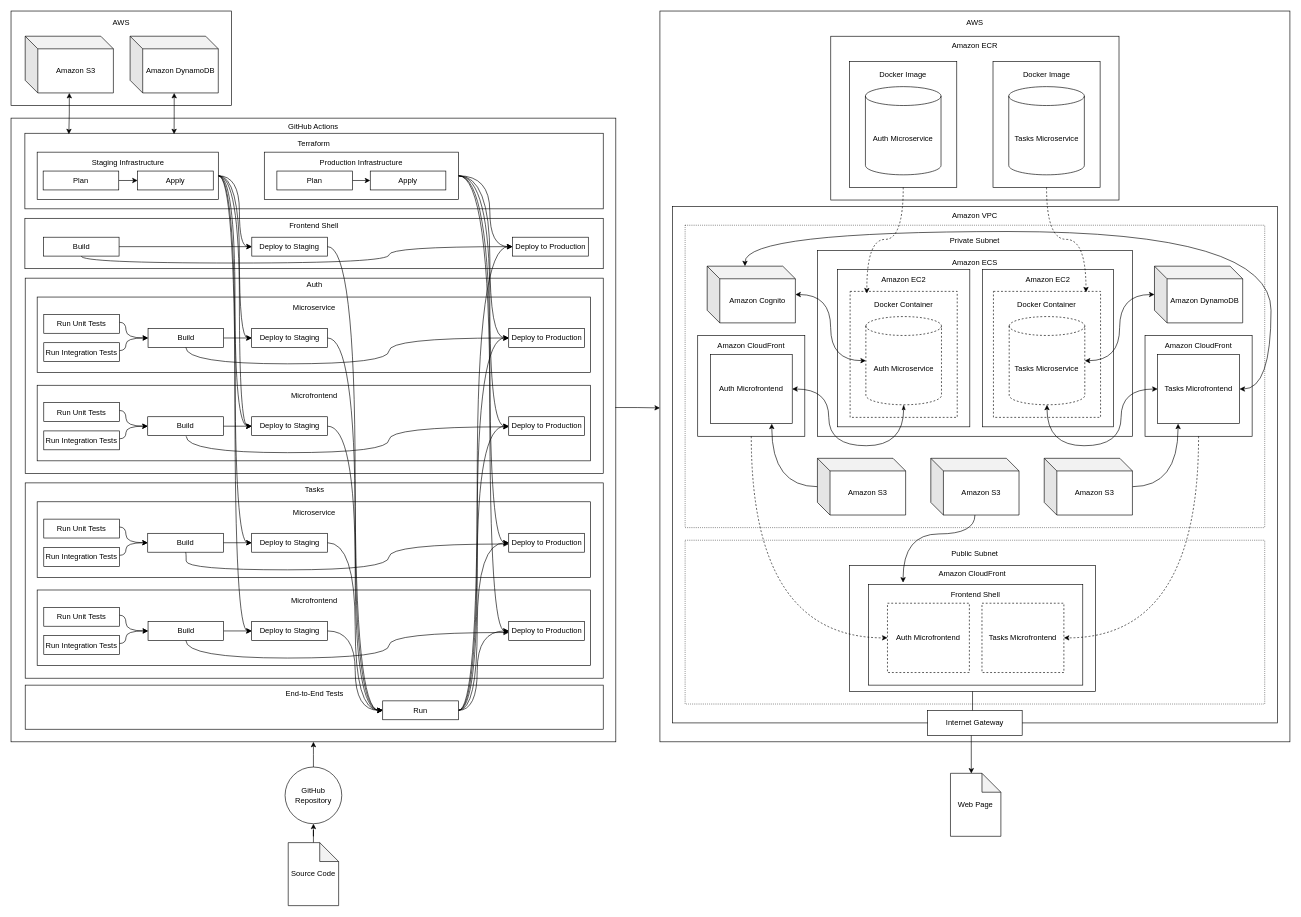
wlnzed/mytasks keeps this draw.io diagram as maps.drawio. Above is the earlier version. Source tidied: cells renumbered, new cells numbered last; positions are measured from the earlier drawing's top-left corner, leaving out a move shared by most shapes. Both pictures are drawn from the tidied source at 63%, with x=0, y=0 at pixel (11, 11).
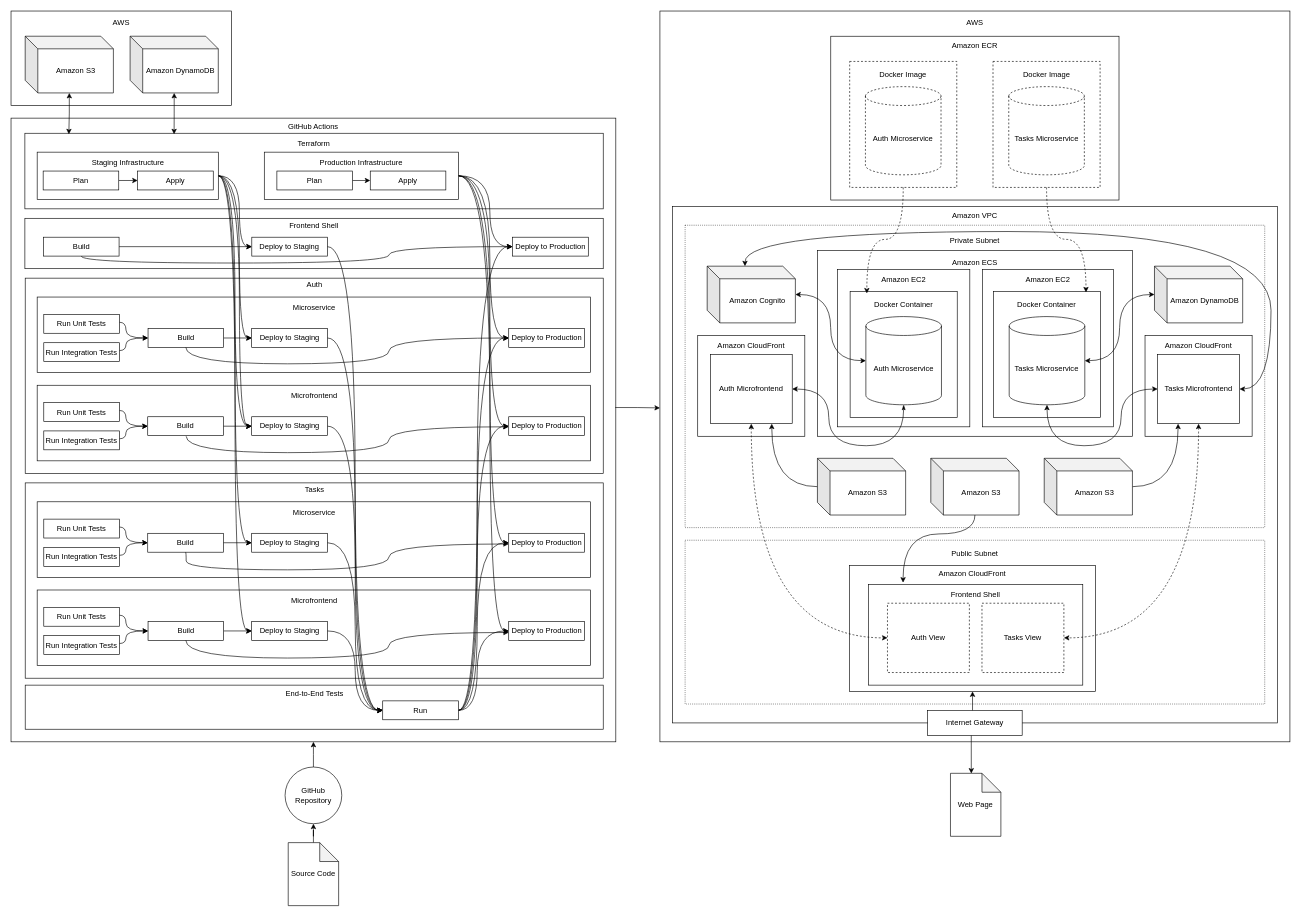
The same diagram, later.

Commit message:
corrections to maps

The change refers to these unchanged cells:
```xml
<mxCell id="7" value="Web Page" style="shape=note;whiteSpace=wrap;html=1;backgroundOutline=1;darkOpacity=0.05;" parent="1" vertex="1">
  <mxGeometry x="1491.2" y="1210" width="80" height="100" as="geometry" />
</mxCell>
<mxCell id="8" value="Amazon CloudFront&lt;div&gt;&lt;br&gt;&lt;/div&gt;&lt;div&gt;&lt;br&gt;&lt;/div&gt;&lt;div&gt;&lt;br&gt;&lt;/div&gt;&lt;div&gt;&lt;br&gt;&lt;/div&gt;&lt;div&gt;&lt;br&gt;&lt;/div&gt;&lt;div&gt;&lt;br&gt;&lt;/div&gt;&lt;div&gt;&lt;br&gt;&lt;/div&gt;&lt;div&gt;&lt;br&gt;&lt;/div&gt;&lt;div&gt;&lt;br&gt;&lt;/div&gt;" style="rounded=0;whiteSpace=wrap;html=1;" parent="1" vertex="1">
  <mxGeometry x="1800" y="515" width="170" height="160" as="geometry" />
</mxCell>
<mxCell id="9" value="Amazon CloudFront&lt;div&gt;&lt;br&gt;&lt;/div&gt;&lt;div&gt;&lt;br&gt;&lt;/div&gt;&lt;div&gt;&lt;br&gt;&lt;/div&gt;&lt;div&gt;&lt;br&gt;&lt;/div&gt;&lt;div&gt;&lt;br&gt;&lt;/div&gt;&lt;div&gt;&lt;br&gt;&lt;/div&gt;&lt;div&gt;&lt;br&gt;&lt;/div&gt;&lt;div&gt;&lt;br&gt;&lt;/div&gt;&lt;div&gt;&lt;br&gt;&lt;/div&gt;" style="rounded=0;whiteSpace=wrap;html=1;" parent="1" vertex="1">
  <mxGeometry x="1090" y="515" width="170" height="160" as="geometry" />
</mxCell>
<mxCell id="13" value="Auth Microfrontend" style="rounded=0;whiteSpace=wrap;html=1;" parent="1" vertex="1">
  <mxGeometry x="1110" y="545" width="130" height="110" as="geometry" />
</mxCell>
<mxCell id="14" value="Tasks Microfrontend" style="rounded=0;whiteSpace=wrap;html=1;" parent="1" vertex="1">
  <mxGeometry x="1820" y="545" width="130" height="110" as="geometry" />
</mxCell>
<mxCell id="16" value="Amazon CloudFront&lt;div&gt;&lt;br&gt;&lt;/div&gt;&lt;div&gt;&lt;br&gt;&lt;/div&gt;&lt;div&gt;&lt;br&gt;&lt;/div&gt;&lt;div&gt;&lt;br&gt;&lt;/div&gt;&lt;div&gt;&lt;br&gt;&lt;/div&gt;&lt;div&gt;&lt;br&gt;&lt;/div&gt;&lt;div&gt;&lt;br&gt;&lt;/div&gt;&lt;div&gt;&lt;br&gt;&lt;/div&gt;&lt;div&gt;&lt;br&gt;&lt;/div&gt;&lt;div&gt;&lt;br&gt;&lt;/div&gt;&lt;div&gt;&lt;br&gt;&lt;/div&gt;&lt;div&gt;&lt;br&gt;&lt;/div&gt;" style="rounded=0;whiteSpace=wrap;html=1;" parent="1" vertex="1">
  <mxGeometry x="1331.2" y="880" width="390" height="200" as="geometry" />
</mxCell>
```

The edit, as a diff of the source:
```diff
@@
-    <mxCell id="18" value="Auth Microfrontend" style="rounded=0;whiteSpace=wrap;html=1;dashed=1;" parent="1" vertex="1">
+    <mxCell id="18" value="Auth View" style="rounded=0;whiteSpace=wrap;html=1;dashed=1;" parent="1" vertex="1">
       <mxGeometry x="1391.2" y="940" width="130" height="110" as="geometry" />
     </mxCell>
-    <mxCell id="19" value="Tasks Microfrontend" style="rounded=0;whiteSpace=wrap;html=1;dashed=1;" parent="1" vertex="1">
+    <mxCell id="19" value="Tasks View" style="rounded=0;whiteSpace=wrap;html=1;dashed=1;" parent="1" vertex="1">
       <mxGeometry x="1541.2" y="940" width="130" height="110" as="geometry" />
     </mxCell>
-    <mxCell id="20" style="edgeStyle=orthogonalEdgeStyle;rounded=0;jettySize=auto;html=1;entryX=0;entryY=0.5;entryDx=0;entryDy=0;exitX=0.5;exitY=1;exitDx=0;exitDy=0;curved=1;dashed=1;" parent="1" edge="1" source="9" target="18">
+    <mxCell id="20" style="edgeStyle=orthogonalEdgeStyle;rounded=0;jettySize=auto;html=1;entryX=0;entryY=0.5;entryDx=0;entryDy=0;exitX=0.5;exitY=1;exitDx=0;exitDy=0;curved=1;dashed=1;startArrow=classic;startFill=1;" parent="1" edge="1" source="13" target="18">
       <mxGeometry relative="1" as="geometry" />
     </mxCell>
-    <mxCell id="21" style="edgeStyle=orthogonalEdgeStyle;rounded=0;jettySize=auto;html=1;entryX=0.413;entryY=0.003;entryDx=0;entryDy=0;entryPerimeter=0;" parent="1" edge="1" source="16" target="7">
+    <mxCell id="21" style="edgeStyle=orthogonalEdgeStyle;rounded=0;jettySize=auto;html=1;entryX=0.413;entryY=0.003;entryDx=0;entryDy=0;entryPerimeter=0;startArrow=classic;startFill=1;" parent="1" edge="1" source="16" target="7">
       <mxGeometry relative="1" as="geometry" />
     </mxCell>
@@
-    <mxCell id="24" value="Docker Image&lt;br&gt;&lt;div&gt;&lt;br&gt;&lt;/div&gt;&lt;div&gt;&lt;br&gt;&lt;/div&gt;&lt;div&gt;&lt;br&gt;&lt;/div&gt;&lt;div&gt;&lt;br&gt;&lt;/div&gt;&lt;div&gt;&lt;br&gt;&lt;/div&gt;&lt;div&gt;&lt;br&gt;&lt;/div&gt;&lt;div&gt;&lt;br&gt;&lt;/div&gt;&lt;div&gt;&lt;br&gt;&lt;/div&gt;&lt;div&gt;&lt;br&gt;&lt;/div&gt;&lt;div&gt;&lt;br&gt;&lt;/div&gt;&lt;div&gt;&lt;br&gt;&lt;/div&gt;" style="rounded=0;whiteSpace=wrap;html=1;" parent="1" vertex="1">
+    <mxCell id="24" value="Docker Image&lt;br&gt;&lt;div&gt;&lt;br&gt;&lt;/div&gt;&lt;div&gt;&lt;br&gt;&lt;/div&gt;&lt;div&gt;&lt;br&gt;&lt;/div&gt;&lt;div&gt;&lt;br&gt;&lt;/div&gt;&lt;div&gt;&lt;br&gt;&lt;/div&gt;&lt;div&gt;&lt;br&gt;&lt;/div&gt;&lt;div&gt;&lt;br&gt;&lt;/div&gt;&lt;div&gt;&lt;br&gt;&lt;/div&gt;&lt;div&gt;&lt;br&gt;&lt;/div&gt;&lt;div&gt;&lt;br&gt;&lt;/div&gt;&lt;div&gt;&lt;br&gt;&lt;/div&gt;" style="rounded=0;whiteSpace=wrap;html=1;dashed=1;" parent="1" vertex="1">
       <mxGeometry x="1558.7" y="80" width="170" height="200" as="geometry" />
     </mxCell>
-    <mxCell id="25" value="Docker Image&lt;br&gt;&lt;div&gt;&lt;br&gt;&lt;/div&gt;&lt;div&gt;&lt;br&gt;&lt;/div&gt;&lt;div&gt;&lt;br&gt;&lt;/div&gt;&lt;div&gt;&lt;br&gt;&lt;/div&gt;&lt;div&gt;&lt;br&gt;&lt;/div&gt;&lt;div&gt;&lt;br&gt;&lt;/div&gt;&lt;div&gt;&lt;br&gt;&lt;/div&gt;&lt;div&gt;&lt;br&gt;&lt;/div&gt;&lt;div&gt;&lt;br&gt;&lt;/div&gt;&lt;div&gt;&lt;br&gt;&lt;/div&gt;&lt;div&gt;&lt;br&gt;&lt;/div&gt;" style="rounded=0;whiteSpace=wrap;html=1;" parent="1" vertex="1">
+    <mxCell id="25" value="Docker Image&lt;br&gt;&lt;div&gt;&lt;br&gt;&lt;/div&gt;&lt;div&gt;&lt;br&gt;&lt;/div&gt;&lt;div&gt;&lt;br&gt;&lt;/div&gt;&lt;div&gt;&lt;br&gt;&lt;/div&gt;&lt;div&gt;&lt;br&gt;&lt;/div&gt;&lt;div&gt;&lt;br&gt;&lt;/div&gt;&lt;div&gt;&lt;br&gt;&lt;/div&gt;&lt;div&gt;&lt;br&gt;&lt;/div&gt;&lt;div&gt;&lt;br&gt;&lt;/div&gt;&lt;div&gt;&lt;br&gt;&lt;/div&gt;&lt;div&gt;&lt;br&gt;&lt;/div&gt;" style="rounded=0;whiteSpace=wrap;html=1;dashed=1;" parent="1" vertex="1">
       <mxGeometry x="1331.2" y="80" width="170" height="200" as="geometry" />
     </mxCell>
-    <mxCell id="26" value="Auth Microservice" style="shape=cylinder3;whiteSpace=wrap;html=1;boundedLbl=1;backgroundOutline=1;size=15;" parent="1" vertex="1">
+    <mxCell id="26" value="Auth Microservice" style="shape=cylinder3;whiteSpace=wrap;html=1;boundedLbl=1;backgroundOutline=1;size=15;dashed=1;" parent="1" vertex="1">
       <mxGeometry x="1356.2" y="120" width="120" height="140" as="geometry" />
     </mxCell>
-    <mxCell id="27" value="Tasks Microservice" style="shape=cylinder3;whiteSpace=wrap;html=1;boundedLbl=1;backgroundOutline=1;size=15;" parent="1" vertex="1">
+    <mxCell id="27" value="Tasks Microservice" style="shape=cylinder3;whiteSpace=wrap;html=1;boundedLbl=1;backgroundOutline=1;size=15;dashed=1;" parent="1" vertex="1">
       <mxGeometry x="1583.7" y="120" width="120" height="140" as="geometry" />
     </mxCell>
@@
-    <mxCell id="30" value="Docker Container&lt;br&gt;&lt;div&gt;&lt;br&gt;&lt;/div&gt;&lt;div&gt;&lt;br&gt;&lt;/div&gt;&lt;div&gt;&lt;br&gt;&lt;/div&gt;&lt;div&gt;&lt;br&gt;&lt;/div&gt;&lt;div&gt;&lt;br&gt;&lt;/div&gt;&lt;div&gt;&lt;br&gt;&lt;/div&gt;&lt;div&gt;&lt;br&gt;&lt;/div&gt;&lt;div&gt;&lt;br&gt;&lt;/div&gt;&lt;div&gt;&lt;br&gt;&lt;/div&gt;&lt;div&gt;&lt;br&gt;&lt;/div&gt;&lt;div&gt;&lt;br&gt;&lt;/div&gt;" style="rounded=0;whiteSpace=wrap;html=1;dashed=1;" parent="1" vertex="1">
+    <mxCell id="30" value="Docker Container&lt;br&gt;&lt;div&gt;&lt;br&gt;&lt;/div&gt;&lt;div&gt;&lt;br&gt;&lt;/div&gt;&lt;div&gt;&lt;br&gt;&lt;/div&gt;&lt;div&gt;&lt;br&gt;&lt;/div&gt;&lt;div&gt;&lt;br&gt;&lt;/div&gt;&lt;div&gt;&lt;br&gt;&lt;/div&gt;&lt;div&gt;&lt;br&gt;&lt;/div&gt;&lt;div&gt;&lt;br&gt;&lt;/div&gt;&lt;div&gt;&lt;br&gt;&lt;/div&gt;&lt;div&gt;&lt;br&gt;&lt;/div&gt;&lt;div&gt;&lt;br&gt;&lt;/div&gt;" style="rounded=0;whiteSpace=wrap;html=1;" parent="1" vertex="1">
       <mxGeometry x="1559.4" y="445" width="170" height="200" as="geometry" />
     </mxCell>
-    <mxCell id="31" value="Docker Container&lt;br&gt;&lt;div&gt;&lt;br&gt;&lt;/div&gt;&lt;div&gt;&lt;br&gt;&lt;/div&gt;&lt;div&gt;&lt;br&gt;&lt;/div&gt;&lt;div&gt;&lt;br&gt;&lt;/div&gt;&lt;div&gt;&lt;br&gt;&lt;/div&gt;&lt;div&gt;&lt;br&gt;&lt;/div&gt;&lt;div&gt;&lt;br&gt;&lt;/div&gt;&lt;div&gt;&lt;br&gt;&lt;/div&gt;&lt;div&gt;&lt;br&gt;&lt;/div&gt;&lt;div&gt;&lt;br&gt;&lt;/div&gt;&lt;div&gt;&lt;br&gt;&lt;/div&gt;" style="rounded=0;whiteSpace=wrap;html=1;dashed=1;" parent="1" vertex="1">
+    <mxCell id="31" value="Docker Container&lt;br&gt;&lt;div&gt;&lt;br&gt;&lt;/div&gt;&lt;div&gt;&lt;br&gt;&lt;/div&gt;&lt;div&gt;&lt;br&gt;&lt;/div&gt;&lt;div&gt;&lt;br&gt;&lt;/div&gt;&lt;div&gt;&lt;br&gt;&lt;/div&gt;&lt;div&gt;&lt;br&gt;&lt;/div&gt;&lt;div&gt;&lt;br&gt;&lt;/div&gt;&lt;div&gt;&lt;br&gt;&lt;/div&gt;&lt;div&gt;&lt;br&gt;&lt;/div&gt;&lt;div&gt;&lt;br&gt;&lt;/div&gt;&lt;div&gt;&lt;br&gt;&lt;/div&gt;" style="rounded=0;whiteSpace=wrap;html=1;" parent="1" vertex="1">
       <mxGeometry x="1331.9" y="445" width="170" height="200" as="geometry" />
     </mxCell>
@@
-    <mxCell id="33" value="Auth Microservice" style="shape=cylinder3;whiteSpace=wrap;html=1;boundedLbl=1;backgroundOutline=1;size=15;dashed=1;" parent="1" vertex="1">
+    <mxCell id="33" value="Auth Microservice" style="shape=cylinder3;whiteSpace=wrap;html=1;boundedLbl=1;backgroundOutline=1;size=15;" parent="1" vertex="1">
       <mxGeometry x="1356.9" y="485" width="120" height="140" as="geometry" />
     </mxCell>
@@
-    <mxCell id="36" value="Tasks Microservice" style="shape=cylinder3;whiteSpace=wrap;html=1;boundedLbl=1;backgroundOutline=1;size=15;dashed=1;" parent="1" vertex="1">
+    <mxCell id="36" value="Tasks Microservice" style="shape=cylinder3;whiteSpace=wrap;html=1;boundedLbl=1;backgroundOutline=1;size=15;" parent="1" vertex="1">
       <mxGeometry x="1584.4" y="485" width="120" height="140" as="geometry" />
     </mxCell>
@@
-    <mxCell id="41" style="edgeStyle=orthogonalEdgeStyle;rounded=0;jettySize=auto;html=1;entryX=1;entryY=0.5;entryDx=0;entryDy=0;exitX=0.5;exitY=1;exitDx=0;exitDy=0;curved=1;dashed=1;" parent="1" edge="1" source="8" target="19">
+    <mxCell id="41" style="edgeStyle=orthogonalEdgeStyle;rounded=0;jettySize=auto;html=1;entryX=1;entryY=0.5;entryDx=0;entryDy=0;exitX=0.5;exitY=1;exitDx=0;exitDy=0;curved=1;dashed=1;startArrow=classic;startFill=1;" parent="1" edge="1" source="14" target="19">
       <mxGeometry relative="1" as="geometry" />
     </mxCell>
```
